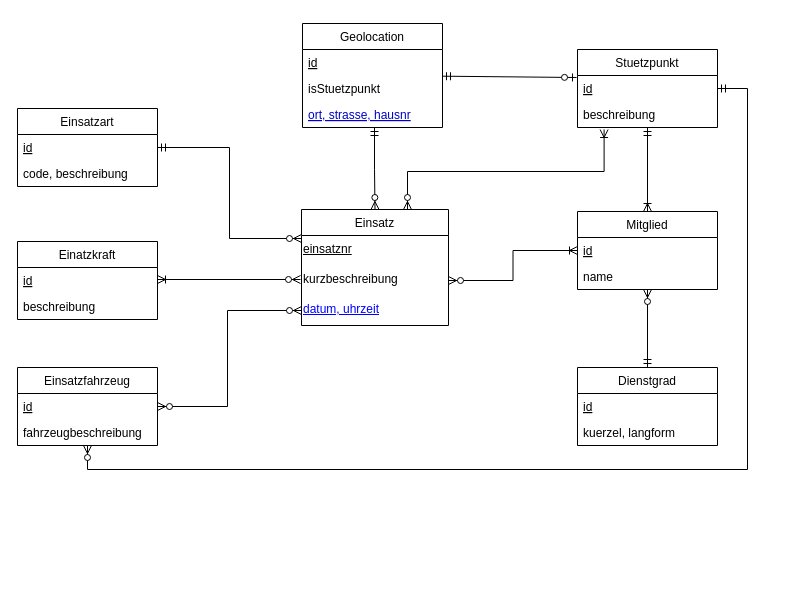
Above: FVisual_Documentation/Datamodel/KM/KM_V2.drawio in htl-thalerc/FVisual (draw.io), before the change. Source tidied: cells renumbered, new cells numbered last; positions are measured from the earlier drawing's top-left corner, leaving out a move shared by most shapes. Both pictures are drawn from the tidied source at 100%, with x=0, y=0 at pixel (17, 23).
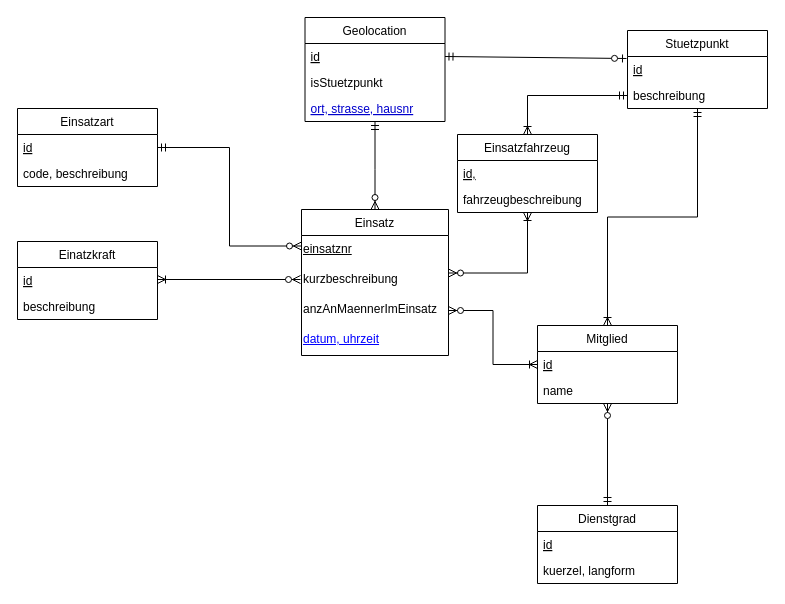
The same page after the edit.

Unchanged cells that the change refers to:
```xml
<mxCell id="8" value="id" style="text;strokeColor=none;fillColor=none;align=left;verticalAlign=top;spacingLeft=4;spacingRight=4;overflow=hidden;points=[[0,0.5],[1,0.5]];portConstraint=eastwest;fontStyle=4;" parent="7" vertex="1">
  <mxGeometry y="26" width="140" height="26" as="geometry" />
</mxCell>
<mxCell id="9" value="beschreibung" style="text;strokeColor=none;fillColor=none;align=left;verticalAlign=top;spacingLeft=4;spacingRight=4;overflow=hidden;points=[[0,0.5],[1,0.5]];portConstraint=eastwest;" parent="7" vertex="1">
  <mxGeometry y="52" width="140" height="26" as="geometry" />
</mxCell>
<mxCell id="12" value="kurzbeschreibung" style="text;html=1;" parent="10" vertex="1">
  <mxGeometry y="56" width="147" height="30" as="geometry" />
</mxCell>
<mxCell id="17" value="id&#10;" style="text;strokeColor=none;fillColor=none;align=left;verticalAlign=top;spacingLeft=4;spacingRight=4;overflow=hidden;points=[[0,0.5],[1,0.5]];portConstraint=eastwest;fontStyle=4;" parent="16" vertex="1">
  <mxGeometry y="26" width="140" height="26" as="geometry" />
</mxCell>
<mxCell id="31" value="id" style="text;strokeColor=none;fillColor=none;align=left;verticalAlign=top;spacingLeft=4;spacingRight=4;overflow=hidden;points=[[0,0.5],[1,0.5]];portConstraint=eastwest;fontStyle=4;" parent="30" vertex="1">
  <mxGeometry y="26" width="140" height="26" as="geometry" />
</mxCell>
```

What changed in the source:
```diff
@@
-    <mxCell id="2" style="edgeStyle=orthogonalEdgeStyle;rounded=0;jettySize=auto;html=1;entryX=0;entryY=0.5;entryDx=0;entryDy=0;startArrow=ERzeroToMany;startFill=1;endArrow=ERzeroToMany;endFill=1;" parent="1" edge="1" source="4">
+    <mxCell id="2" style="edgeStyle=orthogonalEdgeStyle;rounded=0;jettySize=auto;html=1;entryX=1;entryY=0.25;entryDx=0;entryDy=0;startArrow=ERoneToMany;startFill=0;endArrow=ERzeroToMany;endFill=1;" parent="1" edge="1" source="4" target="12">
       <mxGeometry relative="1" as="geometry">
-        <mxPoint x="284" y="287" as="targetPoint" />
         <Array as="points">
-          <mxPoint x="210" y="383" />
-          <mxPoint x="210" y="287" />
+          <mxPoint x="510" y="250" />
         </Array>
       </mxGeometry>
     </mxCell>
-    <mxCell id="3" style="edgeStyle=orthogonalEdgeStyle;rounded=0;jettySize=auto;html=1;entryX=1;entryY=0.5;entryDx=0;entryDy=0;endArrow=ERmandOne;endFill=0;startArrow=ERzeroToMany;startFill=1;" parent="1" edge="1" source="4" target="8">
-      <mxGeometry relative="1" as="geometry">
-        <Array as="points">
-          <mxPoint x="70" y="446" />
-          <mxPoint x="730" y="446" />
-          <mxPoint x="730" y="65" />
-        </Array>
-      </mxGeometry>
-    </mxCell>
+    <mxCell id="38" style="edgeStyle=orthogonalEdgeStyle;rounded=0;jettySize=auto;html=1;exitX=0.5;exitY=0;exitDx=0;exitDy=0;entryX=0;entryY=0.5;entryDx=0;entryDy=0;startArrow=ERoneToMany;startFill=0;sourcePerimeterSpacing=5;endArrow=ERmandOne;endFill=0;targetPerimeterSpacing=5;strokeColor=#000000;" parent="1" edge="1" source="4" target="9">
+      <mxGeometry relative="1" as="geometry" />
+    </mxCell>
     <mxCell id="4" value="Einsatzfahrzeug" style="swimlane;fontStyle=0;horizontal=1;startSize=26;fillColor=none;" parent="1" vertex="1">
-      <mxGeometry y="344" width="140" height="78" as="geometry" />
+      <mxGeometry x="440" y="111" width="140" height="78" as="geometry" />
     </mxCell>
-    <mxCell id="5" value="id" style="text;strokeColor=none;fillColor=none;align=left;verticalAlign=top;spacingLeft=4;spacingRight=4;overflow=hidden;fontStyle=4;" parent="4" vertex="1">
+    <mxCell id="5" value="id," style="text;strokeColor=none;fillColor=none;align=left;verticalAlign=top;spacingLeft=4;spacingRight=4;overflow=hidden;fontStyle=4;" parent="4" vertex="1">
       <mxGeometry y="26" width="140" height="26" as="geometry" />
     </mxCell>
@@
     <mxCell id="7" value="Stuetzpunkt" style="swimlane;fontStyle=0;horizontal=1;startSize=26;fillColor=none;" parent="1" vertex="1">
-      <mxGeometry x="560" y="26" width="140" height="78" as="geometry" />
+      <mxGeometry x="610" y="7" width="140" height="78" as="geometry" />
     </mxCell>
@@
     <mxCell id="10" value="Einsatz" style="swimlane;fontStyle=0;horizontal=1;startSize=26;fillColor=none;" parent="1" vertex="1">
-      <mxGeometry x="284" y="186" width="147" height="116" as="geometry" />
+      <mxGeometry x="284" y="186" width="147" height="146" as="geometry" />
     </mxCell>
@@
+    <mxCell id="39" value="anzAnMaennerImEinsatz" style="text;html=1;" parent="10" vertex="1">
+      <mxGeometry y="86" width="147" height="30" as="geometry" />
+    </mxCell>
     <mxCell id="13" value="&lt;font color=&quot;#0000FF&quot;&gt;&lt;u&gt;datum, uhrzeit&lt;/u&gt;&lt;/font&gt;" style="text;html=1;" parent="10" vertex="1">
-      <mxGeometry y="86" width="147" height="30" as="geometry" />
+      <mxGeometry y="116" width="147" height="30" as="geometry" />
     </mxCell>
@@
-    <mxCell id="15" style="rounded=0;jettySize=auto;html=1;entryX=-0.007;entryY=0.077;entryDx=0;entryDy=0;entryPerimeter=0;startArrow=ERmandOne;startFill=0;endArrow=ERzeroToOne;endFill=1;" parent="1" edge="1" source="16" target="8">
+    <mxCell id="15" style="rounded=0;jettySize=auto;html=1;entryX=-0.007;entryY=0.077;entryDx=0;entryDy=0;entryPerimeter=0;startArrow=ERmandOne;startFill=0;endArrow=ERzeroToOne;endFill=1;exitX=1;exitY=0.5;exitDx=0;exitDy=0;" parent="1" edge="1" source="17" target="8">
       <mxGeometry relative="1" as="geometry" />
     </mxCell>
     <mxCell id="16" value="Geolocation" style="swimlane;fontStyle=0;horizontal=1;startSize=26;fillColor=none;" parent="1" vertex="1">
-      <mxGeometry x="285" width="140" height="104" as="geometry" />
+      <mxGeometry x="287.5" y="-6" width="140" height="104" as="geometry" />
     </mxCell>
@@
-    <mxCell id="29" style="edgeStyle=orthogonalEdgeStyle;rounded=0;jettySize=auto;html=1;entryX=1;entryY=0.5;entryDx=0;entryDy=0;startArrow=ERoneToMany;startFill=0;endArrow=ERzeroToMany;endFill=1;" parent="1" edge="1" source="30" target="12">
-      <mxGeometry relative="1" as="geometry" />
-    </mxCell>
     <mxCell id="30" value="Mitglied" style="swimlane;fontStyle=0;horizontal=1;startSize=26;fillColor=none;" parent="1" vertex="1">
-      <mxGeometry x="560" y="188" width="140" height="78" as="geometry" />
+      <mxGeometry x="520" y="302" width="140" height="78" as="geometry" />
     </mxCell>
@@
     <mxCell id="34" value="Dienstgrad" style="swimlane;fontStyle=0;horizontal=1;startSize=26;fillColor=none;" parent="1" vertex="1">
-      <mxGeometry x="560" y="344" width="140" height="78" as="geometry" />
+      <mxGeometry x="520" y="482" width="140" height="78" as="geometry" />
     </mxCell>
@@
-    <mxCell id="37" style="edgeStyle=orthogonalEdgeStyle;rounded=0;jettySize=auto;html=1;startArrow=ERoneToMany;startFill=0;endArrow=ERzeroToMany;endFill=1;exitX=0.19;exitY=1.077;exitDx=0;exitDy=0;exitPerimeter=0;" parent="1" edge="1" source="9">
-      <mxGeometry relative="1" as="geometry">
-        <mxPoint x="390" y="186" as="targetPoint" />
-        <Array as="points">
-          <mxPoint x="587" y="148" />
-          <mxPoint x="390" y="148" />
-        </Array>
-      </mxGeometry>
-    </mxCell>
+    <mxCell id="40" style="edgeStyle=orthogonalEdgeStyle;rounded=0;jettySize=auto;html=1;exitX=0;exitY=0.5;exitDx=0;exitDy=0;entryX=1;entryY=0.5;entryDx=0;entryDy=0;startArrow=ERoneToMany;startFill=0;strokeColor=#000000;endArrow=ERzeroToMany;endFill=1;targetPerimeterSpacing=5;sourcePerimeterSpacing=5;" parent="1" edge="1" source="31" target="39">
+      <mxGeometry relative="1" as="geometry" />
+    </mxCell>
```
